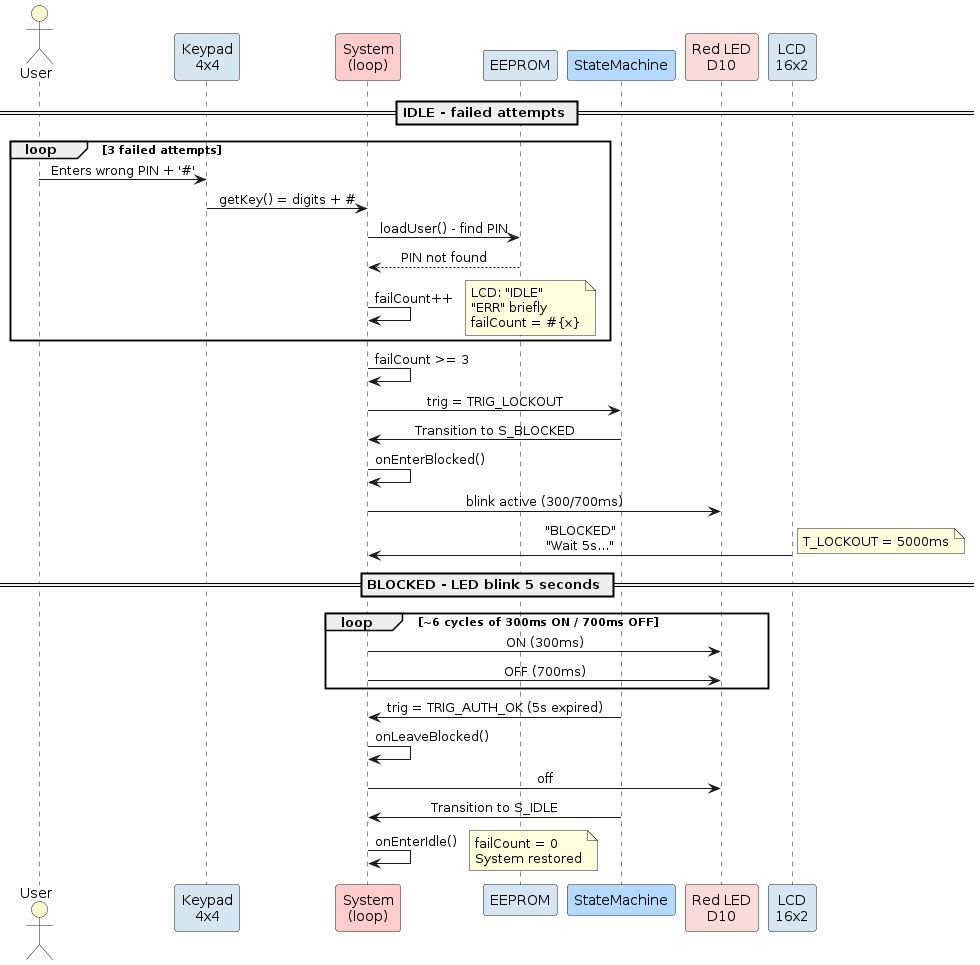
The PlantUML diagram docs/UML/BlockedAttempts.png in FernandoMulato/Final-Arduino-Project, before a commit.
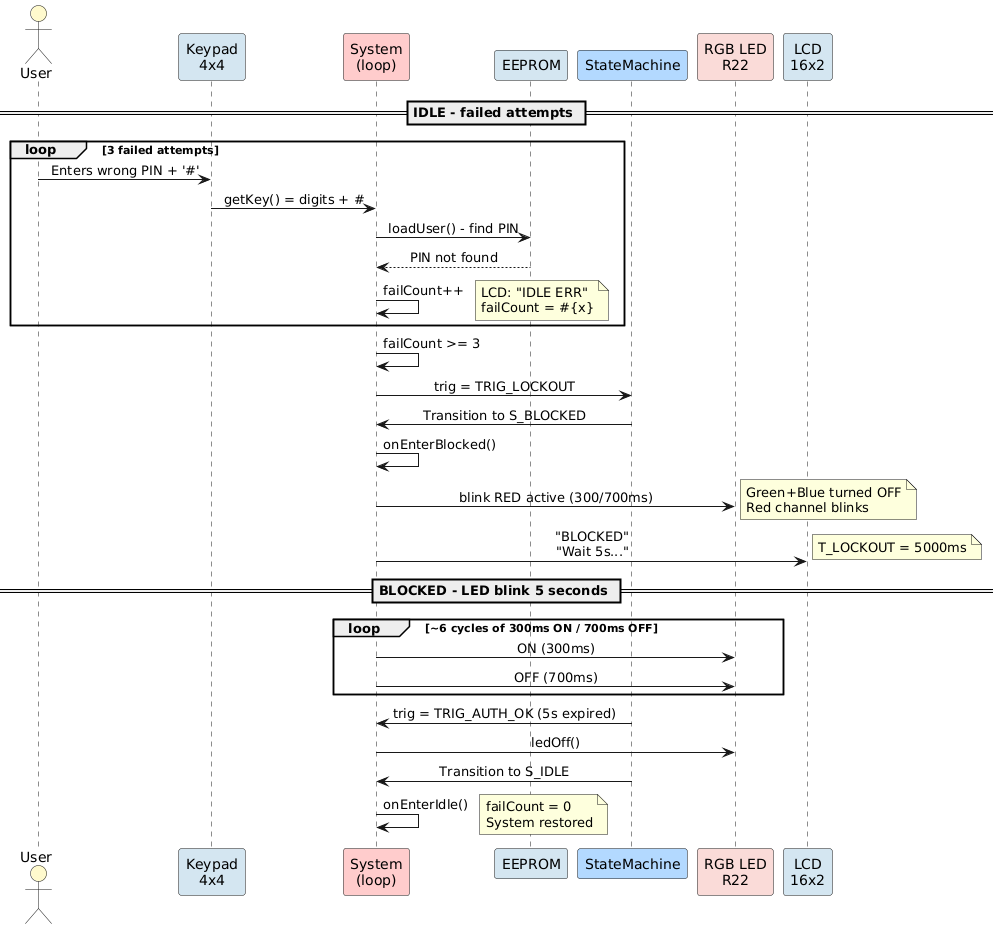
After the change.

What changed in the source:
```diff
@@ -9,7 +9,7 @@
 participant "System\n(loop)" as SYS #FFCCCC
 participant "EEPROM" as EEP #D4E6F1
 participant "StateMachine" as FSM #B3D9FF
-participant "Red LED\nD10" as LED #FADBD8
+participant "RGB LED\nR22" as RGB #FADBD8
 participant "LCD\n16x2" as LCD #D4E6F1
 
 == IDLE - failed attempts ==
@@ -20,26 +20,26 @@
   SYS -> EEP: loadUser() - find PIN
   EEP --> SYS: PIN not found
   SYS -> SYS: failCount++
-  note right: LCD: "IDLE"\n"ERR" briefly\nfailCount = #{x}
+  note right: LCD: "IDLE ERR"\nfailCount = #{x}
 end
 
 SYS -> SYS: failCount >= 3
 SYS -> FSM: trig = TRIG_LOCKOUT
 FSM -> SYS: Transition to S_BLOCKED
 SYS -> SYS: onEnterBlocked()
-SYS -> LED: blink active (300/700ms)
-LCD -> SYS: "BLOCKED"\n"Wait 5s..."
+SYS -> RGB: blink RED active (300/700ms)
+note right: Green+Blue turned OFF\nRed channel blinks
+SYS -> LCD: "BLOCKED"\n"Wait 5s..."
 
 == BLOCKED - LED blink 5 seconds ==
 note right: T_LOCKOUT = 5000ms
 loop ~6 cycles of 300ms ON / 700ms OFF
-  SYS -> LED: ON (300ms)
-  SYS -> LED: OFF (700ms)
+  SYS -> RGB: ON (300ms)
+  SYS -> RGB: OFF (700ms)
 end
 
 FSM -> SYS: trig = TRIG_AUTH_OK (5s expired)
-SYS -> SYS: onLeaveBlocked()
-SYS -> LED: off
+SYS -> RGB: ledOff()
 FSM -> SYS: Transition to S_IDLE
 SYS -> SYS: onEnterIdle()
 note right: failCount = 0\nSystem restored
```
